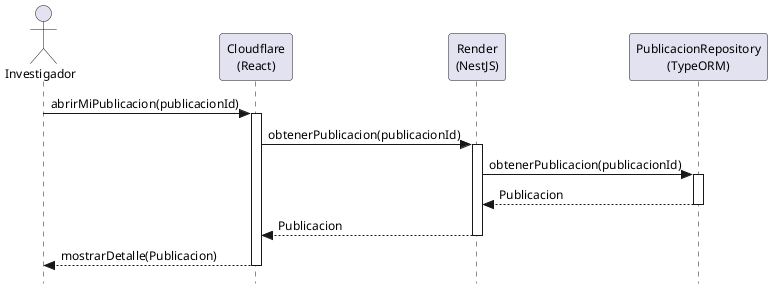
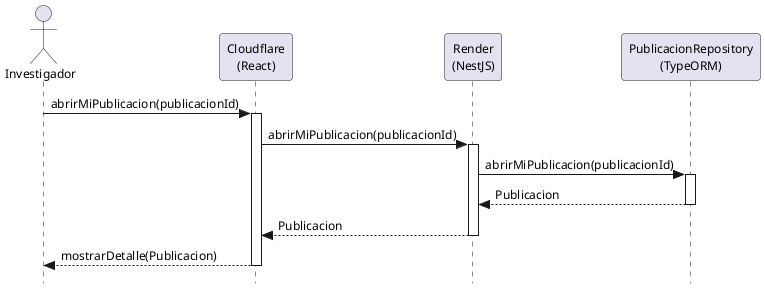
@startuml abrirMiPublicacion-diseño
skinparam style strictuml
skinparam backgroundColor white
skinparam shadowing false
skinparam DefaultFontColor black
skinparam DefaultFontSize 12
skinparam linetype polyline

actor Investigador
participant "Cloudflare\n(React)" as View
participant "Render\n(NestJS)" as Controller
participant "PublicacionRepository\n(TypeORM)" as Repository

Investigador -> View: abrirMiPublicacion(publicacionId)
activate View

- View -> Controller: obtenerPublicacion(publicacionId)
+ View -> Controller: abrirMiPublicacion(publicacionId)
activate Controller

- Controller -> Repository: obtenerPublicacion(publicacionId)
+ Controller -> Repository: abrirMiPublicacion(publicacionId)
activate Repository

Repository --> Controller: Publicacion
deactivate Repository

Controller --> View: Publicacion
deactivate Controller

View --> Investigador: mostrarDetalle(Publicacion)
deactivate View

- @enduml+ @enduml
